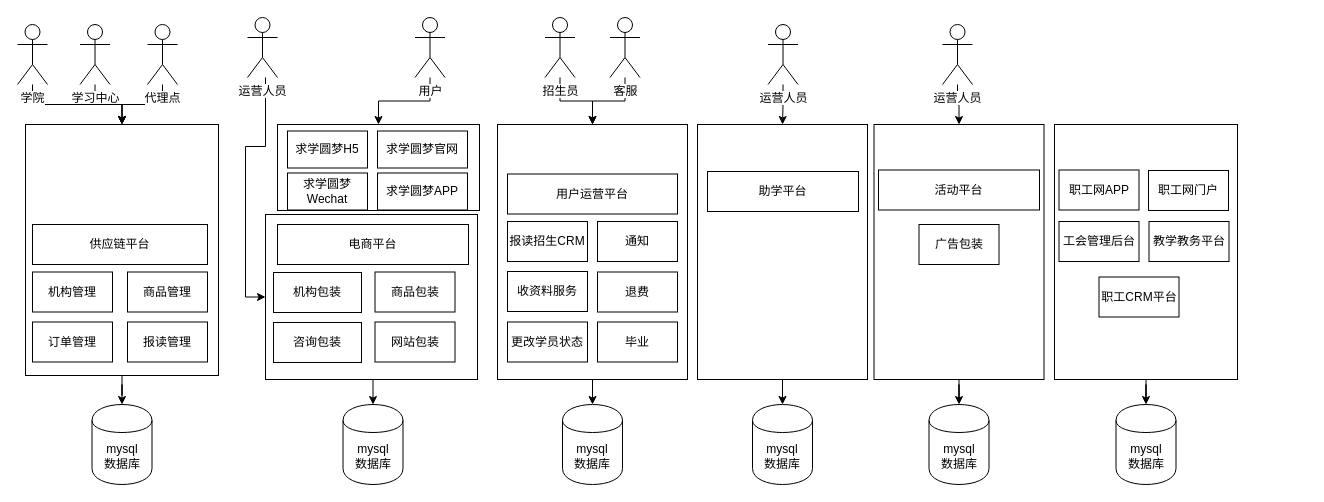
Above: page "Page-4" (4 of 4) of workeredu/求学圆梦项目流程.drawio in kinvensan/drawio (draw.io), before the change. Source tidied: cells renumbered, new cells numbered last; positions are measured from the earlier drawing's top-left corner, leaving out a move shared by most shapes. Both pictures are drawn from the tidied source at 100%, with x=0, y=0 at pixel (17, 17).
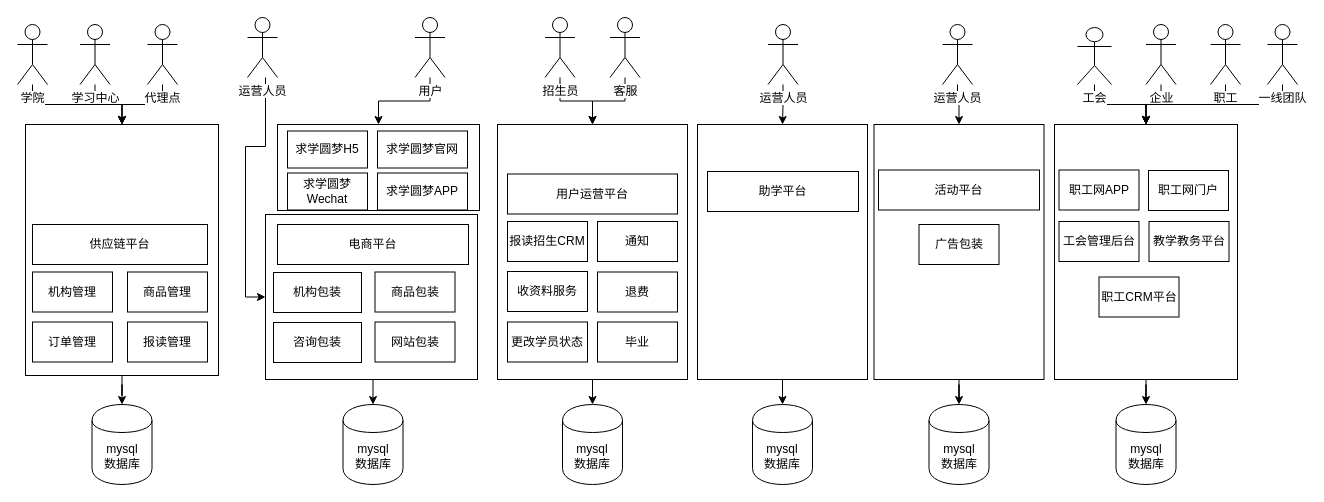
After the change.

Commit message:
Update 求学圆梦项目流程.drawio

The change refers to these unchanged cells:
```xml
<mxCell id="61" style="rounded=0;whiteSpace=wrap;html=1;fillColor=#FFFFFF;" parent="1" vertex="1">
  <mxGeometry x="1037" y="107" width="183" height="255" as="geometry" />
</mxCell>
```

Diff of the diagram source:
```diff
@@
+    <mxCell id="68" style="edgeStyle=orthogonalEdgeStyle;rounded=0;jettySize=auto;html=1;" parent="1" edge="1" source="69" target="61">
+      <mxGeometry relative="1" as="geometry" />
+    </mxCell>
+    <mxCell id="69" value="工会" style="shape=umlActor;verticalLabelPosition=bottom;labelBackgroundColor=#ffffff;verticalAlign=top;html=1;outlineConnect=0;fillColor=#FFFFFF;" parent="1" vertex="1">
+      <mxGeometry x="1060" y="10" width="34" height="57" as="geometry" />
+    </mxCell>
+    <mxCell id="70" style="edgeStyle=orthogonalEdgeStyle;rounded=0;jettySize=auto;html=1;" parent="1" edge="1" source="71" target="61">
+      <mxGeometry relative="1" as="geometry" />
+    </mxCell>
+    <mxCell id="71" value="企业" style="shape=umlActor;verticalLabelPosition=bottom;labelBackgroundColor=#ffffff;verticalAlign=top;html=1;outlineConnect=0;fillColor=#FFFFFF;" parent="1" vertex="1">
+      <mxGeometry x="1128.5" y="7" width="30" height="60" as="geometry" />
+    </mxCell>
+    <mxCell id="72" style="edgeStyle=orthogonalEdgeStyle;rounded=0;jettySize=auto;html=1;" parent="1" edge="1" source="73" target="61">
+      <mxGeometry relative="1" as="geometry" />
+    </mxCell>
+    <mxCell id="73" value="职工" style="shape=umlActor;verticalLabelPosition=bottom;labelBackgroundColor=#ffffff;verticalAlign=top;html=1;outlineConnect=0;fillColor=#FFFFFF;" parent="1" vertex="1">
+      <mxGeometry x="1193" y="7" width="30" height="60" as="geometry" />
+    </mxCell>
+    <mxCell id="74" style="edgeStyle=orthogonalEdgeStyle;rounded=0;jettySize=auto;html=1;entryX=0.5;entryY=0;entryDx=0;entryDy=0;" parent="1" edge="1" source="75" target="61">
+      <mxGeometry relative="1" as="geometry">
+        <Array as="points">
+          <mxPoint x="1265" y="87" />
+          <mxPoint x="1129" y="87" />
+        </Array>
+      </mxGeometry>
+    </mxCell>
+    <mxCell id="75" value="一线团队" style="shape=umlActor;verticalLabelPosition=bottom;labelBackgroundColor=#ffffff;verticalAlign=top;html=1;outlineConnect=0;fillColor=#FFFFFF;" parent="1" vertex="1">
+      <mxGeometry x="1250" y="7" width="30" height="60" as="geometry" />
+    </mxCell>
```
